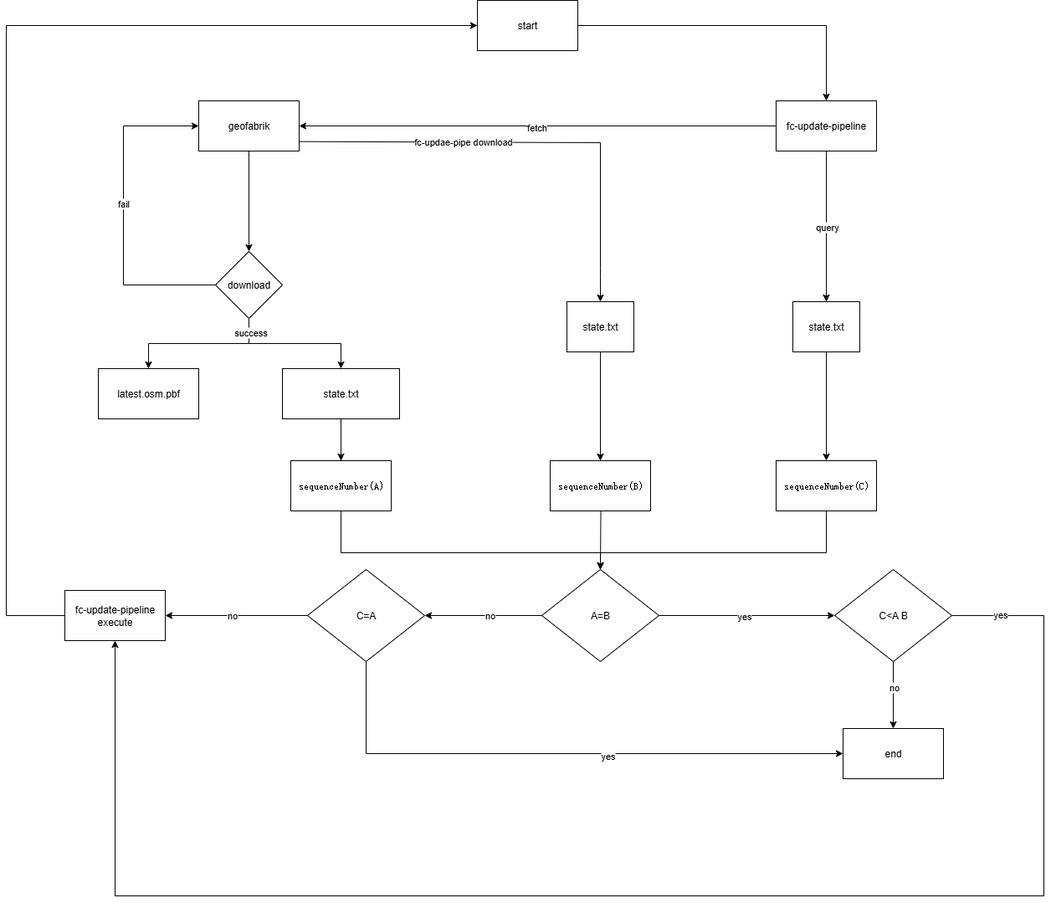
The draw.io diagram fc update.drawio.png in 472542625/drawio, before a commit. Source tidied: cells renumbered, new cells last; positions are measured from the earlier drawing's top-left corner, leaving out a move shared by most shapes.
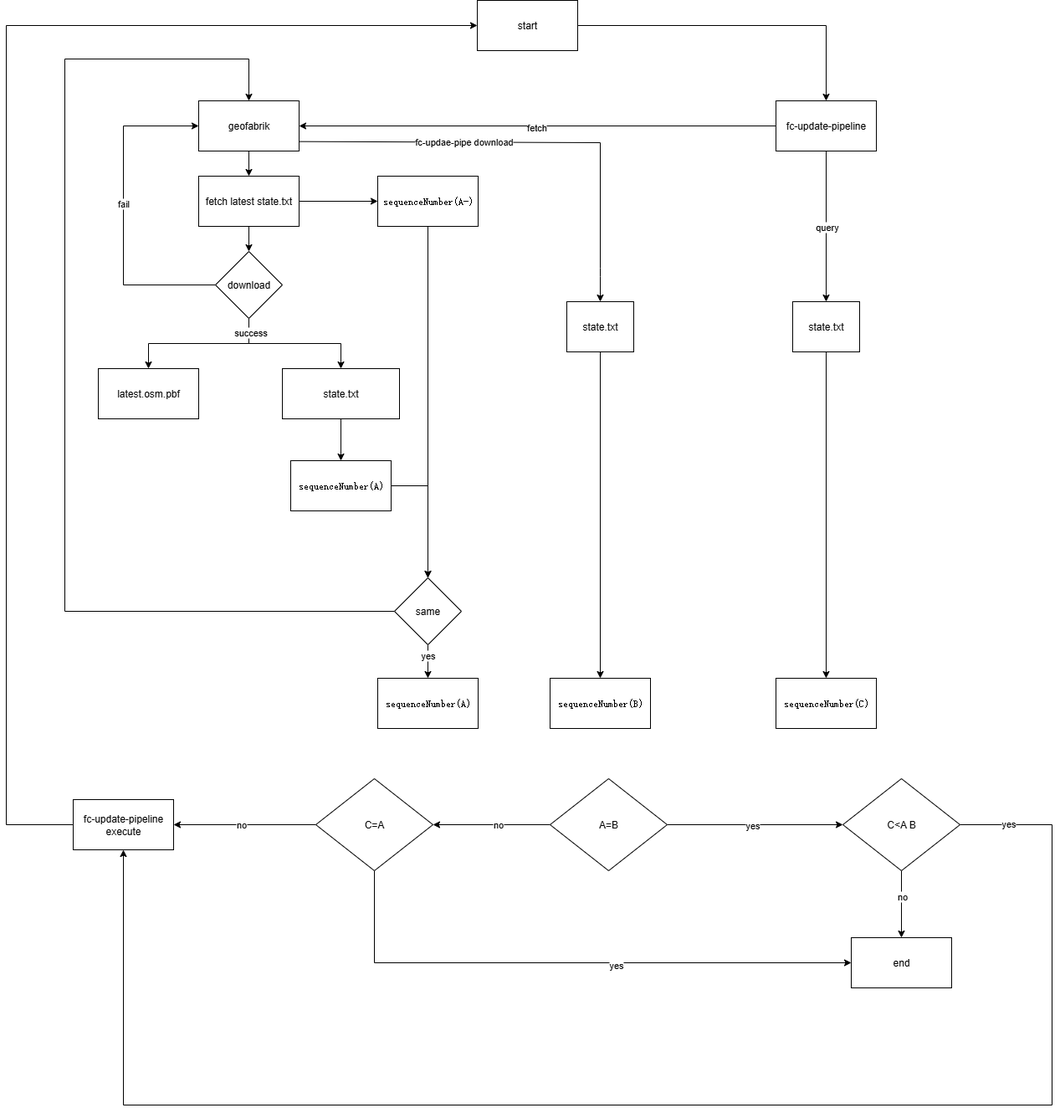
The same diagram one commit later.

Diff of the diagram source:
```diff
@@ -2,9 +2,9 @@
   <root>
     <mxCell id="0" />
     <mxCell id="1" parent="0" />
-    <mxCell id="2" style="edgeStyle=orthogonalEdgeStyle;rounded=0;jettySize=auto;html=1;entryX=0;entryY=0.5;entryDx=0;entryDy=0;" parent="1" edge="1" source="3" target="23">
-      <mxGeometry relative="1" as="geometry" />
-    </mxCell>
+    <mxCell id="50" style="edgeStyle=orthogonalEdgeStyle;rounded=0;jettySize=auto;html=1;entryX=0.5;entryY=0;entryDx=0;entryDy=0;" parent="1" edge="1" source="3" target="54">
+      <mxGeometry relative="1" as="geometry" />
+    </mxCell>
     <mxCell id="3" value="geofabrik" style="rounded=0;whiteSpace=wrap;html=1;" parent="1" vertex="1">
       <mxGeometry x="230" y="120" width="120" height="60" as="geometry" />
     </mxCell>
@@ -50,13 +50,8 @@
     <mxCell id="15" value="fc-updae-pipe download" style="edgeLabel;html=1;align=center;verticalAlign=middle;" parent="14" vertex="1">
       <mxGeometry x="-0.29" y="1" relative="1" as="geometry" />
     </mxCell>
-    <mxCell id="16" style="edgeStyle=orthogonalEdgeStyle;rounded=0;jettySize=auto;html=1;entryX=0.5;entryY=0;entryDx=0;entryDy=0;" parent="1" edge="1" target="34">
-      <mxGeometry relative="1" as="geometry">
-        <mxPoint x="710" y="540" as="sourcePoint" />
-      </mxGeometry>
-    </mxCell>
     <mxCell id="17" value="&lt;pre style=&quot;text-align: start; overflow-wrap: break-word; text-wrap-mode: wrap;&quot;&gt;sequenceNumber(B)&lt;/pre&gt;" style="rounded=0;whiteSpace=wrap;html=1;" parent="1" vertex="1">
-      <mxGeometry x="650" y="550" width="120" height="60" as="geometry" />
+      <mxGeometry x="650" y="810" width="120" height="60" as="geometry" />
     </mxCell>
     <mxCell id="18" style="edgeStyle=orthogonalEdgeStyle;rounded=0;jettySize=auto;html=1;entryX=0;entryY=0.5;entryDx=0;entryDy=0;" parent="1" edge="1" source="23" target="3">
       <mxGeometry relative="1" as="geometry">
@@ -86,15 +81,9 @@
     <mxCell id="23" value="download" style="rhombus;whiteSpace=wrap;html=1;direction=south;" parent="1" vertex="1">
       <mxGeometry x="250" y="300" width="80" height="80" as="geometry" />
     </mxCell>
-    <mxCell id="24" style="edgeStyle=orthogonalEdgeStyle;rounded=0;jettySize=auto;html=1;entryX=0.5;entryY=0;entryDx=0;entryDy=0;" parent="1" edge="1" target="34">
-      <mxGeometry relative="1" as="geometry">
-        <mxPoint x="400" y="540" as="sourcePoint" />
-        <Array as="points">
-          <mxPoint x="400" y="660" />
-          <mxPoint x="710" y="660" />
-        </Array>
-      </mxGeometry>
-    </mxCell>
+    <mxCell id="51" style="edgeStyle=orthogonalEdgeStyle;rounded=0;jettySize=auto;html=1;entryX=0;entryY=0.5;entryDx=0;entryDy=0;" parent="1" edge="1" source="25" target="60">
+      <mxGeometry relative="1" as="geometry" />
+    </mxCell>
     <mxCell id="25" value="&lt;pre style=&quot;text-align: start; overflow-wrap: break-word; text-wrap-mode: wrap;&quot;&gt;sequenceNumber(A)&lt;/pre&gt;" style="rounded=0;whiteSpace=wrap;html=1;" parent="1" vertex="1">
       <mxGeometry x="340" y="550" width="120" height="60" as="geometry" />
     </mxCell>
@@ -104,16 +93,8 @@
     <mxCell id="27" value="state.txt" style="rounded=0;whiteSpace=wrap;html=1;" parent="1" vertex="1">
       <mxGeometry x="940" y="360" width="80" height="60" as="geometry" />
     </mxCell>
-    <mxCell id="28" style="edgeStyle=orthogonalEdgeStyle;rounded=0;jettySize=auto;html=1;entryX=0.5;entryY=0;entryDx=0;entryDy=0;" parent="1" edge="1" source="29" target="34">
-      <mxGeometry relative="1" as="geometry">
-        <Array as="points">
-          <mxPoint x="980" y="660" />
-          <mxPoint x="710" y="660" />
-        </Array>
-      </mxGeometry>
-    </mxCell>
     <mxCell id="29" value="&lt;pre style=&quot;text-align: start; overflow-wrap: break-word; text-wrap-mode: wrap;&quot;&gt;sequenceNumber(C)&lt;/pre&gt;" style="rounded=0;whiteSpace=wrap;html=1;" parent="1" vertex="1">
-      <mxGeometry x="920" y="550" width="120" height="60" as="geometry" />
+      <mxGeometry x="920" y="810" width="120" height="60" as="geometry" />
     </mxCell>
     <mxCell id="30" style="edgeStyle=orthogonalEdgeStyle;rounded=0;jettySize=auto;html=1;entryX=0;entryY=0.5;entryDx=0;entryDy=0;" parent="1" edge="1" source="34" target="39">
       <mxGeometry relative="1" as="geometry" />
@@ -132,14 +113,14 @@
       </mxGeometry>
     </mxCell>
     <mxCell id="34" value="A=B" style="rhombus;whiteSpace=wrap;html=1;" parent="1" vertex="1">
-      <mxGeometry x="640" y="680" width="140" height="110" as="geometry" />
+      <mxGeometry x="650" y="930" width="140" height="110" as="geometry" />
     </mxCell>
     <mxCell id="35" style="edgeStyle=orthogonalEdgeStyle;rounded=0;jettySize=auto;html=1;entryX=0.5;entryY=1;entryDx=0;entryDy=0;" parent="1" edge="1" source="39" target="47">
       <mxGeometry relative="1" as="geometry">
         <Array as="points">
-          <mxPoint x="1240" y="735" />
-          <mxPoint x="1240" y="1070" />
-          <mxPoint x="130" y="1070" />
+          <mxPoint x="1250" y="985" />
+          <mxPoint x="1250" y="1320" />
+          <mxPoint x="140" y="1320" />
         </Array>
       </mxGeometry>
     </mxCell>
@@ -153,15 +134,15 @@
       <mxGeometry x="-0.25" relative="1" as="geometry" />
     </mxCell>
     <mxCell id="39" value="C&amp;lt;A B" style="rhombus;whiteSpace=wrap;html=1;" parent="1" vertex="1">
-      <mxGeometry x="990" y="680" width="140" height="110" as="geometry" />
+      <mxGeometry x="1000" y="930" width="140" height="110" as="geometry" />
     </mxCell>
     <mxCell id="40" value="end" style="rounded=0;whiteSpace=wrap;html=1;" parent="1" vertex="1">
-      <mxGeometry x="1000" y="870" width="120" height="60" as="geometry" />
+      <mxGeometry x="1010" y="1120" width="120" height="60" as="geometry" />
     </mxCell>
     <mxCell id="41" style="edgeStyle=orthogonalEdgeStyle;rounded=0;jettySize=auto;html=1;entryX=0;entryY=0.5;entryDx=0;entryDy=0;" parent="1" edge="1" source="45" target="40">
       <mxGeometry relative="1" as="geometry">
         <Array as="points">
-          <mxPoint x="430" y="900" />
+          <mxPoint x="440" y="1150" />
         </Array>
       </mxGeometry>
     </mxCell>
@@ -175,18 +156,18 @@
       <mxGeometry x="0.06" y="-1" relative="1" as="geometry" />
     </mxCell>
     <mxCell id="45" value="C=A" style="rhombus;whiteSpace=wrap;html=1;" parent="1" vertex="1">
-      <mxGeometry x="360" y="680" width="140" height="110" as="geometry" />
+      <mxGeometry x="370" y="930" width="140" height="110" as="geometry" />
     </mxCell>
     <mxCell id="46" style="edgeStyle=orthogonalEdgeStyle;rounded=0;jettySize=auto;html=1;entryX=0;entryY=0.5;entryDx=0;entryDy=0;" parent="1" edge="1" source="47" target="49">
       <mxGeometry relative="1" as="geometry">
         <Array as="points">
-          <mxPoint y="735" />
+          <mxPoint y="985" />
           <mxPoint y="30" />
         </Array>
       </mxGeometry>
     </mxCell>
     <mxCell id="47" value="fc-update-pipeline execute" style="rounded=0;whiteSpace=wrap;html=1;" parent="1" vertex="1">
-      <mxGeometry x="70" y="705" width="120" height="60" as="geometry" />
+      <mxGeometry x="80" y="955" width="120" height="60" as="geometry" />
     </mxCell>
     <mxCell id="48" style="edgeStyle=orthogonalEdgeStyle;rounded=0;jettySize=auto;html=1;" parent="1" edge="1" source="49" target="11">
       <mxGeometry relative="1" as="geometry" />
@@ -194,5 +175,41 @@
     <mxCell id="49" value="start" style="rounded=0;whiteSpace=wrap;html=1;" parent="1" vertex="1">
       <mxGeometry x="563" width="120" height="60" as="geometry" />
     </mxCell>
+    <mxCell id="52" style="edgeStyle=orthogonalEdgeStyle;rounded=0;jettySize=auto;html=1;" parent="1" edge="1" source="54" target="23">
+      <mxGeometry relative="1" as="geometry" />
+    </mxCell>
+    <mxCell id="53" style="edgeStyle=orthogonalEdgeStyle;rounded=0;jettySize=auto;html=1;entryX=0;entryY=0.5;entryDx=0;entryDy=0;" parent="1" edge="1" source="54" target="56">
+      <mxGeometry relative="1" as="geometry" />
+    </mxCell>
+    <mxCell id="54" value="fetch latest state.txt" style="rounded=0;whiteSpace=wrap;html=1;" parent="1" vertex="1">
+      <mxGeometry x="230" y="210" width="120" height="60" as="geometry" />
+    </mxCell>
+    <mxCell id="55" style="edgeStyle=orthogonalEdgeStyle;rounded=0;jettySize=auto;html=1;entryX=0;entryY=0.5;entryDx=0;entryDy=0;" parent="1" edge="1" source="56" target="60">
+      <mxGeometry relative="1" as="geometry" />
+    </mxCell>
+    <mxCell id="56" value="&lt;pre style=&quot;text-align: start; overflow-wrap: break-word; text-wrap-mode: wrap;&quot;&gt;sequenceNumber(A-)&lt;/pre&gt;" style="rounded=0;whiteSpace=wrap;html=1;" parent="1" vertex="1">
+      <mxGeometry x="444" y="210" width="120" height="60" as="geometry" />
+    </mxCell>
+    <mxCell id="57" style="edgeStyle=orthogonalEdgeStyle;rounded=0;jettySize=auto;html=1;" parent="1" edge="1" source="60" target="61">
+      <mxGeometry relative="1" as="geometry" />
+    </mxCell>
+    <mxCell id="58" value="yes" style="edgeLabel;html=1;align=center;verticalAlign=middle;" parent="57" vertex="1">
+      <mxGeometry x="-0.36" y="-1" relative="1" as="geometry" />
+    </mxCell>
+    <mxCell id="59" style="edgeStyle=orthogonalEdgeStyle;rounded=0;jettySize=auto;html=1;entryX=0.5;entryY=0;entryDx=0;entryDy=0;" parent="1" edge="1" source="60" target="3">
+      <mxGeometry relative="1" as="geometry">
+        <Array as="points">
+          <mxPoint x="70" y="730" />
+          <mxPoint x="70" y="70" />
+          <mxPoint x="290" y="70" />
+        </Array>
+      </mxGeometry>
+    </mxCell>
+    <mxCell id="60" value="same" style="rhombus;whiteSpace=wrap;html=1;direction=south;" parent="1" vertex="1">
+      <mxGeometry x="464" y="690" width="80" height="80" as="geometry" />
+    </mxCell>
+    <mxCell id="61" value="&lt;pre style=&quot;text-align: start; overflow-wrap: break-word; text-wrap-mode: wrap;&quot;&gt;sequenceNumber(A)&lt;/pre&gt;" style="rounded=0;whiteSpace=wrap;html=1;" parent="1" vertex="1">
+      <mxGeometry x="444" y="810" width="120" height="60" as="geometry" />
+    </mxCell>
   </root>
 </mxGraphModel>
```
